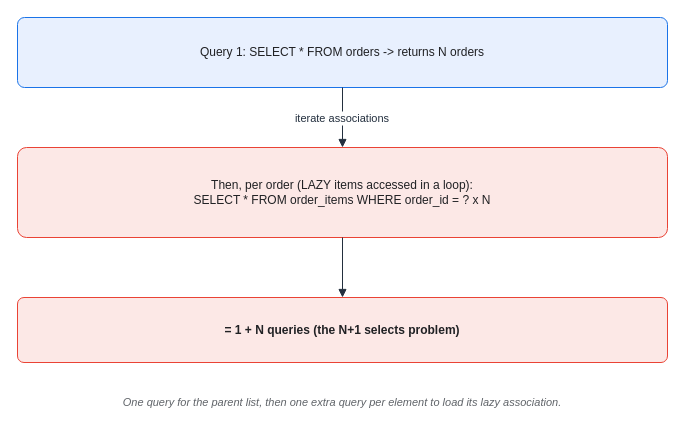
KKamJi98/kkamji98.github.io keeps this draw.io diagram as assets/img/spring/spring-19-n-plus-1.drawio. Above is the earlier version. Source tidied: cells renumbered, new cells numbered last; positions are measured from the earlier drawing's top-left corner, leaving out a move shared by most shapes. Both pictures are drawn from the tidied source at 100%, with x=0, y=0 at pixel (17, 17).
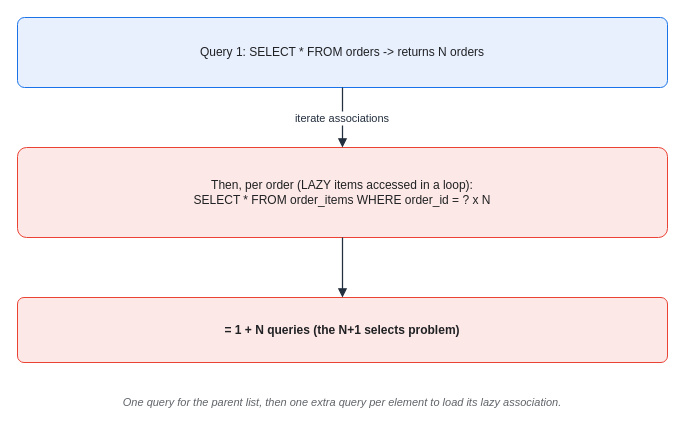
The same diagram, later.

The edit, as a diff of the source:
```diff
@@
 <mxGraphModel background="#FFFFFF">
   <root>
     <mxCell id="0" />
     <mxCell id="1" parent="0" />
-    <mxCell id="2" value="Query 1:  SELECT * FROM orders   -&gt;   returns N orders" style="rounded=1;whiteSpace=wrap;html=1;arcSize=10;shadow=0;fillColor=#E8F0FE;strokeColor=#1A73E8;fontColor=#202124;" parent="1" vertex="1">
+    <mxCell id="2" value="Query 1:  SELECT * FROM orders   -&gt;   returns N orders" style="rounded=1;whiteSpace=wrap;html=0;arcSize=10;shadow=0;fillColor=#E8F0FE;strokeColor=#1A73E8;fontColor=#202124;" parent="1" vertex="1">
       <mxGeometry width="650" height="70" as="geometry" />
     </mxCell>
-    <mxCell id="3" value="Then, per order (LAZY items accessed in a loop):&#10;SELECT * FROM order_items WHERE order_id = ?   x N" style="rounded=1;whiteSpace=wrap;html=1;arcSize=10;shadow=0;fillColor=#FCE8E6;strokeColor=#EA4335;fontColor=#202124;" parent="1" vertex="1">
+    <mxCell id="3" value="Then, per order (LAZY items accessed in a loop):&#10;SELECT * FROM order_items WHERE order_id = ?   x N" style="rounded=1;whiteSpace=wrap;html=0;arcSize=10;shadow=0;fillColor=#FCE8E6;strokeColor=#EA4335;fontColor=#202124;" parent="1" vertex="1">
       <mxGeometry y="130" width="650" height="90" as="geometry" />
     </mxCell>
-    <mxCell id="4" value="= 1 + N queries  (the N+1 selects problem)" style="rounded=1;whiteSpace=wrap;html=1;arcSize=10;shadow=0;fillColor=#FCE8E6;strokeColor=#EA4335;fontColor=#202124;fontStyle=1;" parent="1" vertex="1">
+    <mxCell id="4" value="= 1 + N queries  (the N+1 selects problem)" style="rounded=1;whiteSpace=wrap;html=0;arcSize=10;shadow=0;fillColor=#FCE8E6;strokeColor=#EA4335;fontColor=#202124;fontStyle=1;" parent="1" vertex="1">
       <mxGeometry y="280" width="650" height="65" as="geometry" />
     </mxCell>
-    <mxCell id="5" value="iterate associations" style="edgeStyle=orthogonalEdgeStyle;rounded=1;html=0;endArrow=block;strokeColor=#232F3E;fontColor=#232F3E;labelBackgroundColor=#FFFFFF;" parent="1" edge="1" source="2" target="3">
+    <mxCell id="5" value="iterate associations" style="edgeStyle=orthogonalEdgeStyle;rounded=1;html=0;endArrow=block;strokeColor=#232F3E;fontColor=#232F3E;labelBackgroundColor=#FFFFFF;strokeWidth=1.25;" parent="1" edge="1" source="2" target="3">
       <mxGeometry relative="1" as="geometry" />
     </mxCell>
-    <mxCell id="6" style="edgeStyle=orthogonalEdgeStyle;rounded=1;html=1;endArrow=block;strokeColor=#232F3E;" parent="1" edge="1" source="3" target="4">
+    <mxCell id="6" style="edgeStyle=orthogonalEdgeStyle;rounded=1;html=0;endArrow=block;strokeColor=#232F3E;strokeWidth=1.25;" parent="1" edge="1" source="3" target="4">
       <mxGeometry relative="1" as="geometry" />
     </mxCell>
-    <mxCell id="7" value="One query for the parent list, then one extra query per element to load its lazy association." style="text;html=1;align=center;verticalAlign=middle;whiteSpace=wrap;fontSize=11;fontColor=#5F6368;fontStyle=2;" parent="1" vertex="1">
+    <mxCell id="7" value="One query for the parent list, then one extra query per element to load its lazy association." style="text;html=0;align=center;verticalAlign=middle;whiteSpace=wrap;fontSize=11;fontColor=#5F6368;fontStyle=2;" parent="1" vertex="1">
       <mxGeometry y="370" width="650" height="30" as="geometry" />
     </mxCell>
   </root>
 </mxGraphModel>
```
